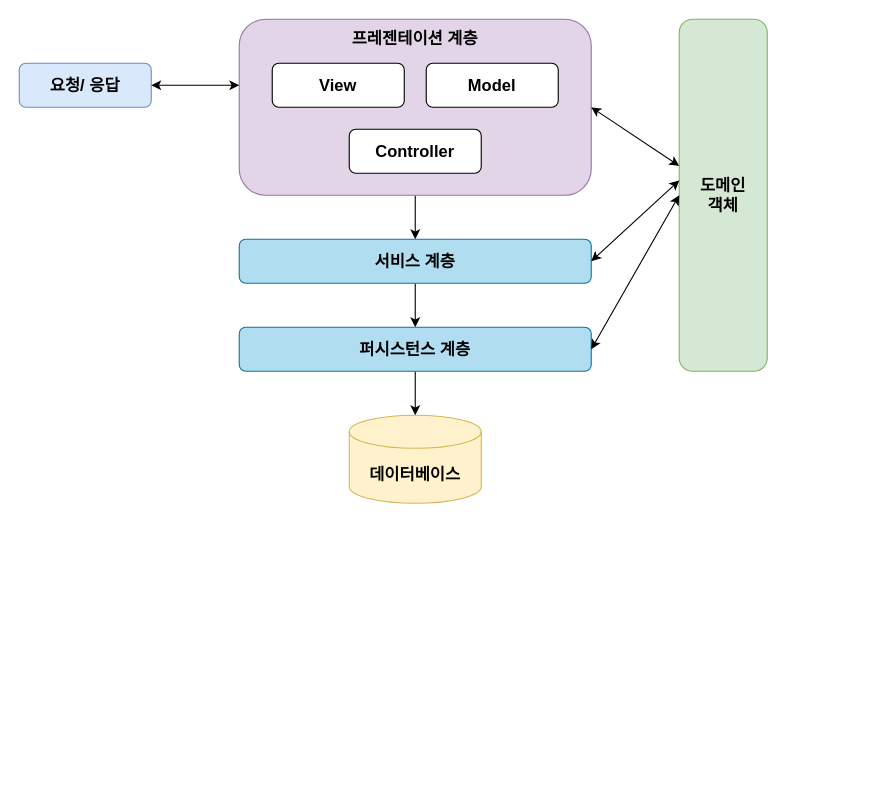
The draw.io diagram 제목 없는 다이어그램.drawio in CreatorDodo/JSP, before the edit. Source tidied: cells renumbered, new cells numbered last; positions are measured from the earlier drawing's top-left corner, leaving out a move shared by most shapes. Both pictures are drawn from the tidied source at 110%, with x=0, y=0 at pixel (19, 19).
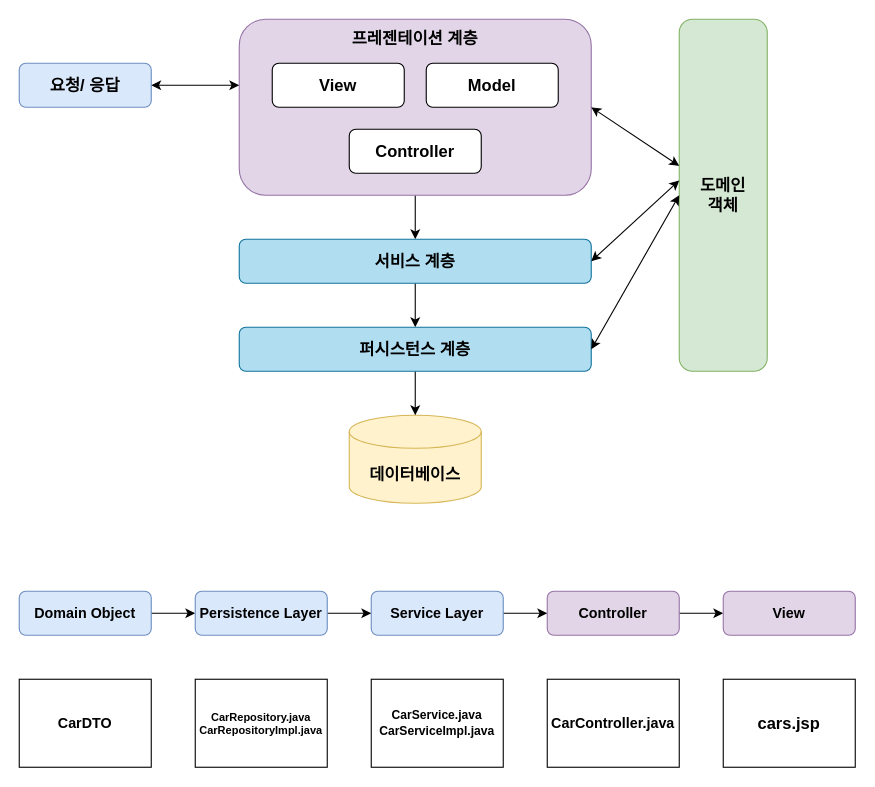
The same diagram, later.

Diff of the diagram source:
```diff
@@
+    <mxCell id="18" style="edgeStyle=orthogonalEdgeStyle;rounded=0;jettySize=auto;html=1;strokeColor=#000000;fontSize=13;" parent="1" edge="1" source="19" target="25">
+      <mxGeometry relative="1" as="geometry" />
+    </mxCell>
+    <mxCell id="19" value="Domain Object" style="rounded=1;whiteSpace=wrap;html=1;fontSize=13;fontStyle=1;fillColor=#dae8fc;strokeColor=#6c8ebf;" parent="1" vertex="1">
+      <mxGeometry y="520" width="120" height="40" as="geometry" />
+    </mxCell>
+    <mxCell id="20" style="edgeStyle=orthogonalEdgeStyle;rounded=0;jettySize=auto;html=1;strokeColor=#000000;fontSize=13;" parent="1" edge="1" source="21" target="26">
+      <mxGeometry relative="1" as="geometry" />
+    </mxCell>
+    <mxCell id="21" value="Controller" style="rounded=1;whiteSpace=wrap;html=1;fontSize=13;fontStyle=1;fillColor=#e1d5e7;strokeColor=#9673a6;" parent="1" vertex="1">
+      <mxGeometry x="480" y="520" width="120" height="40" as="geometry" />
+    </mxCell>
+    <mxCell id="22" style="edgeStyle=orthogonalEdgeStyle;rounded=0;jettySize=auto;html=1;strokeColor=#000000;fontSize=13;" parent="1" edge="1" source="23" target="21">
+      <mxGeometry relative="1" as="geometry" />
+    </mxCell>
+    <mxCell id="23" value="Service Layer" style="rounded=1;whiteSpace=wrap;html=1;fontSize=13;fontStyle=1;fillColor=#dae8fc;strokeColor=#6c8ebf;" parent="1" vertex="1">
+      <mxGeometry x="320" y="520" width="120" height="40" as="geometry" />
+    </mxCell>
+    <mxCell id="24" style="edgeStyle=orthogonalEdgeStyle;rounded=0;jettySize=auto;html=1;strokeColor=#000000;fontSize=13;" parent="1" edge="1" source="25" target="23">
+      <mxGeometry relative="1" as="geometry" />
+    </mxCell>
+    <mxCell id="25" value="Persistence Layer" style="rounded=1;whiteSpace=wrap;html=1;fontSize=13;fontStyle=1;fillColor=#dae8fc;strokeColor=#6c8ebf;" parent="1" vertex="1">
+      <mxGeometry x="160" y="520" width="120" height="40" as="geometry" />
+    </mxCell>
+    <mxCell id="26" value="View" style="rounded=1;whiteSpace=wrap;html=1;fontSize=13;fontStyle=1;fillColor=#e1d5e7;strokeColor=#9673a6;" parent="1" vertex="1">
+      <mxGeometry x="640" y="520" width="120" height="40" as="geometry" />
+    </mxCell>
+    <mxCell id="27" value="CarDTO" style="rounded=0;whiteSpace=wrap;html=1;fontSize=13;fontStyle=1;" parent="1" vertex="1">
+      <mxGeometry y="600" width="120" height="80" as="geometry" />
+    </mxCell>
+    <mxCell id="28" value="CarRepository.java&lt;br style=&quot;font-size: 10px;&quot;&gt;CarRepositoryImpl.java" style="rounded=0;whiteSpace=wrap;html=1;fontSize=10;fontStyle=1;" parent="1" vertex="1">
+      <mxGeometry x="160" y="600" width="120" height="80" as="geometry" />
+    </mxCell>
+    <mxCell id="29" value="CarService.java&lt;br style=&quot;font-size: 11px;&quot;&gt;CarServiceImpl.java" style="rounded=0;whiteSpace=wrap;html=1;fontSize=11;fontStyle=1;" parent="1" vertex="1">
+      <mxGeometry x="320" y="600" width="120" height="80" as="geometry" />
+    </mxCell>
+    <mxCell id="30" value="CarController.java" style="rounded=0;whiteSpace=wrap;html=1;fontSize=13;fontStyle=1;" parent="1" vertex="1">
+      <mxGeometry x="480" y="600" width="120" height="80" as="geometry" />
+    </mxCell>
+    <mxCell id="31" value="cars.jsp" style="rounded=0;whiteSpace=wrap;html=1;fontSize=15;fontStyle=1;" parent="1" vertex="1">
+      <mxGeometry x="640" y="600" width="120" height="80" as="geometry" />
+    </mxCell>
```
